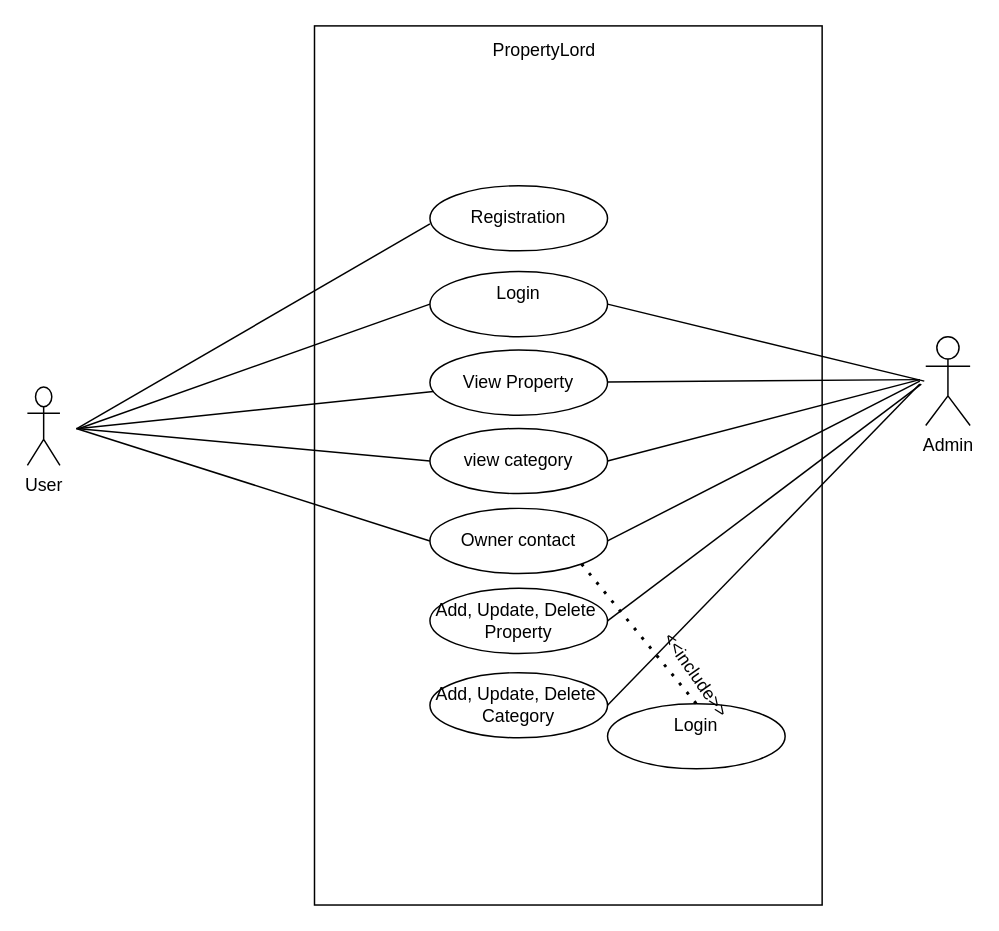
Before: Documentation/usecase.drawio in Suresh-Tamang/propertylord, a draw.io diagram. Source tidied: cells renumbered, new cells numbered last; positions are measured from the earlier drawing's top-left corner, leaving out a move shared by most shapes. Both pictures are drawn from the tidied source at 148%, with x=0, y=0 at pixel (27, 25).
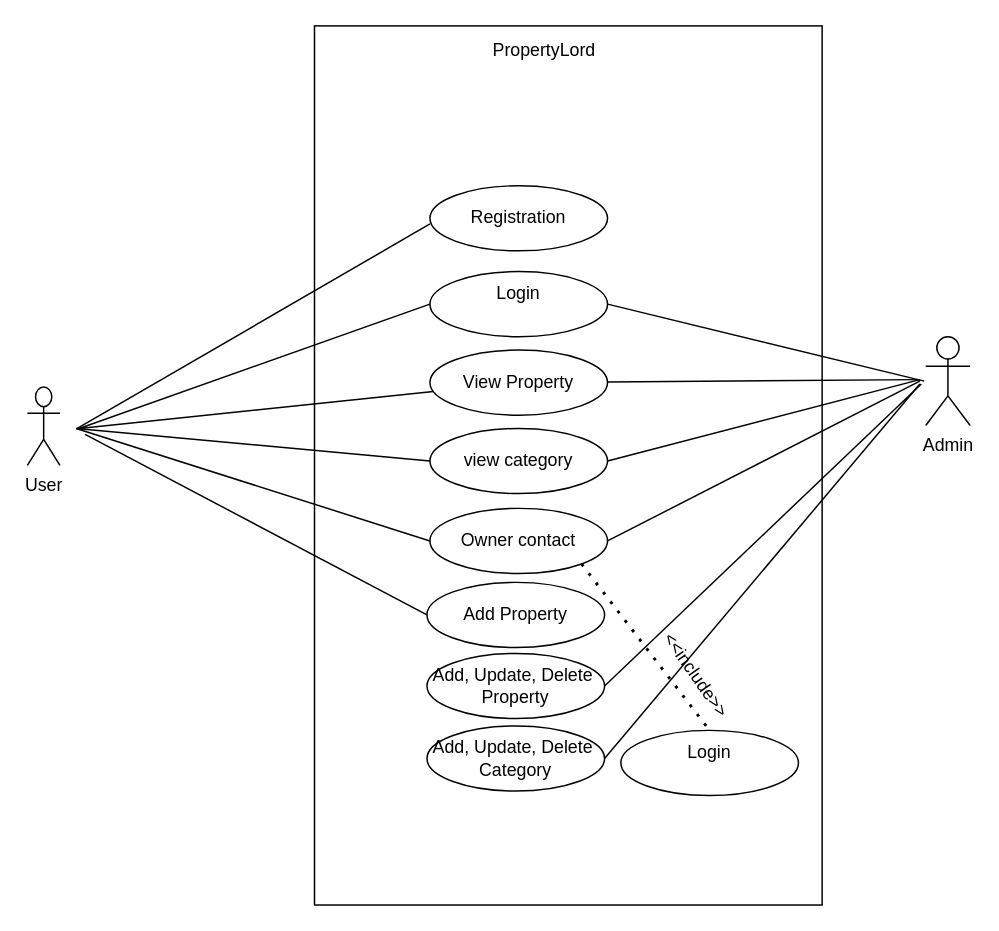
The same page after the edit.

What changed in the source:
```diff
@@
     <mxCell id="8" value="Add, Update, Delete&amp;nbsp;&lt;br&gt;Property" style="ellipse;whiteSpace=wrap;html=1;fillColor=none;fontColor=#000000;strokeColor=#000000;" parent="1" vertex="1">
-      <mxGeometry x="272" y="380" width="120" height="44" as="geometry" />
+      <mxGeometry x="270" y="424" width="120" height="44" as="geometry" />
     </mxCell>
     <mxCell id="9" value="Add, Update, Delete&amp;nbsp;&lt;br&gt;Category" style="ellipse;whiteSpace=wrap;html=1;fillColor=none;fontColor=#000000;strokeColor=#000000;" parent="1" vertex="1">
-      <mxGeometry x="272" y="437" width="120" height="44" as="geometry" />
+      <mxGeometry x="270" y="473" width="120" height="44" as="geometry" />
     </mxCell>
@@
     <mxCell id="22" value="Login&lt;div&gt;&lt;br&gt;&lt;/div&gt;" style="ellipse;whiteSpace=wrap;html=1;fillColor=none;fontColor=#000000;strokeColor=#000000;" parent="1" vertex="1">
-      <mxGeometry x="392" y="458" width="120" height="44" as="geometry" />
+      <mxGeometry x="401" y="476" width="120" height="44" as="geometry" />
     </mxCell>
@@
+    <mxCell id="27" value="Add Property" style="ellipse;whiteSpace=wrap;html=1;fillColor=none;fontColor=#000000;strokeColor=#000000;" parent="1" vertex="1">
+      <mxGeometry x="270" y="376" width="120" height="44" as="geometry" />
+    </mxCell>
+    <mxCell id="28" style="endArrow=none;html=1;rounded=0;entryX=0;entryY=0.5;entryDx=0;entryDy=0;fillColor=none;fontColor=#000000;strokeColor=#000000;" parent="1" edge="1" target="27">
+      <mxGeometry relative="1" as="geometry">
+        <mxPoint x="39" y="276" as="sourcePoint" />
+      </mxGeometry>
+    </mxCell>
```
